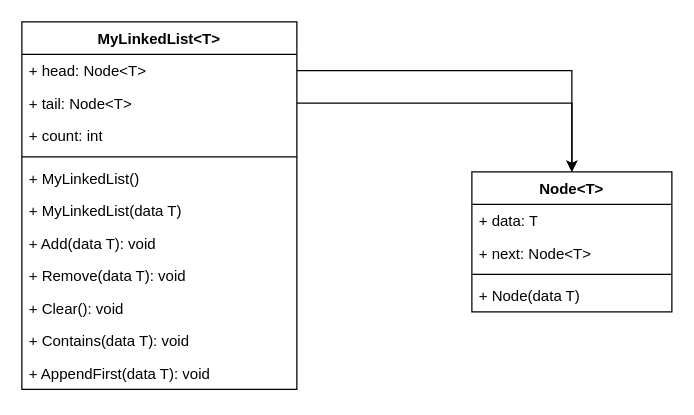
Above: LinkedList.drawio in SchwarzeFlederMaus/AlgorithmsDataStructures (draw.io), before the change. Source tidied: cells renumbered, new cells numbered last; positions are measured from the earlier drawing's top-left corner, leaving out a move shared by most shapes. Both pictures are drawn from the tidied source at 125%, with x=0, y=0 at pixel (21, 21).
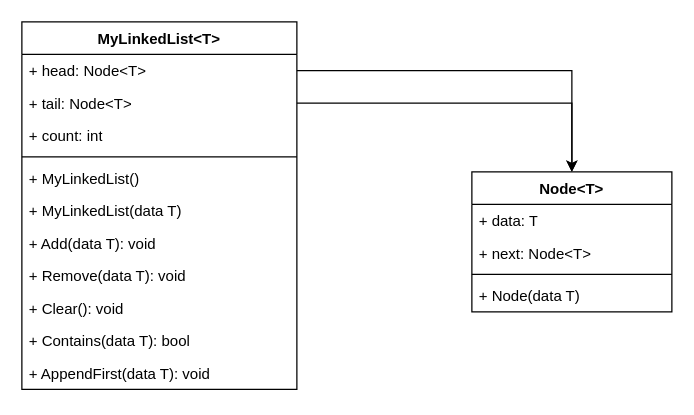
The same diagram, later.

Unchanged cells that the change refers to:
```xml
<mxCell id="7" value="MyLinkedList&amp;lt;T&amp;gt;" style="swimlane;fontStyle=1;align=center;verticalAlign=top;horizontal=1;startSize=26;whiteSpace=wrap;html=1;" parent="1" vertex="1">
  <mxGeometry width="220" height="294" as="geometry" />
</mxCell>
```

Change to the diagram source:
```diff
@@
-    <mxCell id="17" value="+ Contains(data T): void&lt;div&gt;&lt;br&gt;&lt;/div&gt;" style="text;strokeColor=none;fillColor=none;align=left;verticalAlign=top;spacingLeft=4;spacingRight=4;overflow=hidden;whiteSpace=wrap;html=1;" parent="7" vertex="1">
+    <mxCell id="17" value="+ Contains(data T): bool&lt;div&gt;&lt;br&gt;&lt;/div&gt;" style="text;strokeColor=none;fillColor=none;align=left;verticalAlign=top;spacingLeft=4;spacingRight=4;overflow=hidden;whiteSpace=wrap;html=1;" parent="7" vertex="1">
       <mxGeometry y="242" width="220" height="26" as="geometry" />
     </mxCell>
```
